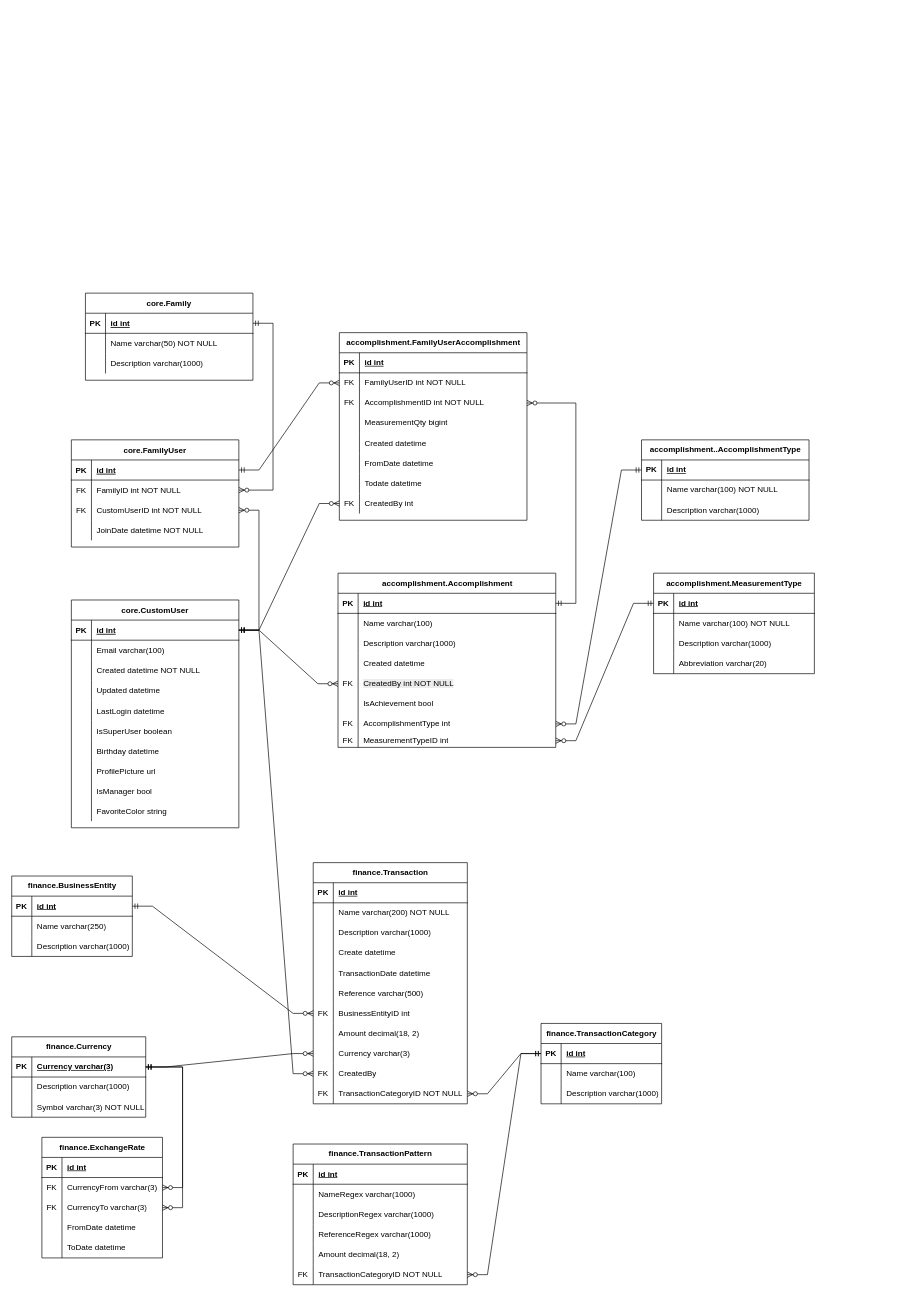
This is documentation/erds/FamilyThingsERD.drawio from WimpieRatte/FamilyThings, a draw.io file, before an edit. Source tidied: cells renumbered, new cells numbered last; positions are measured from the earlier drawing's top-left corner, leaving out a move shared by most shapes. Both pictures are drawn from the tidied source at 67%, with x=0, y=0 at pixel (11, 293).
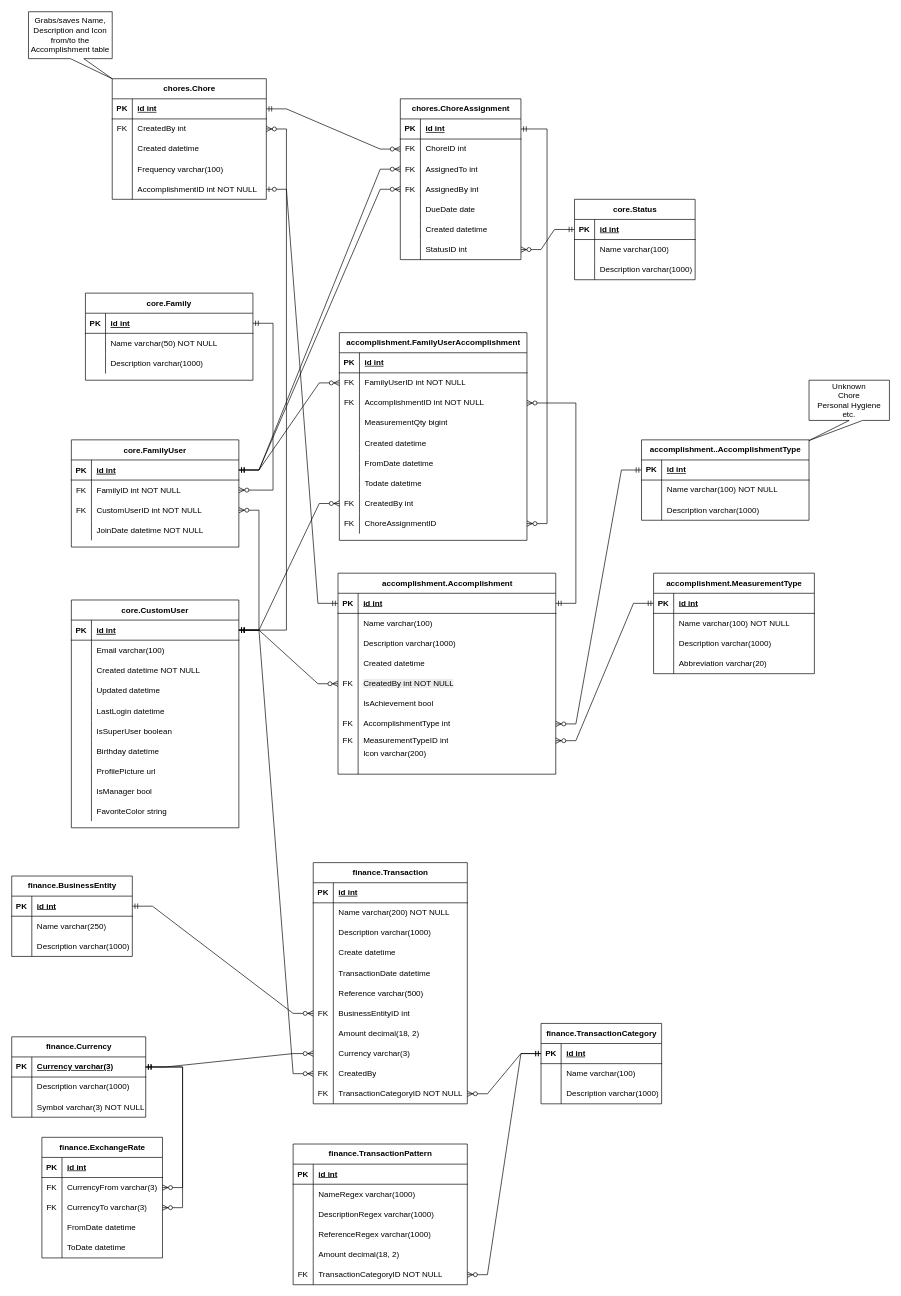
The same diagram, later.

The change refers to these unchanged cells:
```xml
<mxCell id="3" style="shape=partialRectangle;fillColor=none;points=[[0,0.5],[1,0.5]];portConstraint=eastwest;top=0;left=0;right=0;bottom=1;" parent="2" vertex="1">
  <mxGeometry y="30" width="250" height="30" as="geometry" />
</mxCell>
<mxCell id="16" style="shape=partialRectangle;fillColor=none;points=[[0,0.5],[1,0.5]];portConstraint=eastwest;top=0;left=0;right=0;bottom=1;" parent="15" vertex="1">
  <mxGeometry y="30" width="250" height="30" as="geometry" />
</mxCell>
<mxCell id="72" style="shape=tableRow;horizontal=0;startSize=0;swimlaneHead=0;swimlaneBody=0;fillColor=none;points=[[0,0.5],[1,0.5]];portConstraint=eastwest;top=0;left=0;right=0;bottom=1;" parent="71" vertex="1">
  <mxGeometry y="30" width="325" height="30" as="geometry" />
</mxCell>
```

Change to the diagram source:
```diff
@@
     <mxCell id="46" value="accomplishment.FamilyUserAccomplishment" style="shape=table;startSize=30;childLayout=tableLayout;rowLines=0;fontStyle=1;align=center;html=1;" parent="1" vertex="1">
-      <mxGeometry x="489" y="59" width="280" height="280" as="geometry" />
+      <mxGeometry x="489" y="59" width="280" height="310" as="geometry" />
     </mxCell>
@@
+    <mxCell id="243" style="shape=tableRow;horizontal=0;startSize=0;swimlaneHead=0;swimlaneBody=0;fillColor=none;points=[[0,0.5],[1,0.5]];portConstraint=eastwest;top=0;left=0;right=0;bottom=0;" parent="46" vertex="1">
+      <mxGeometry y="270" width="280" height="30" as="geometry" />
+    </mxCell>
+    <mxCell id="244" value="FK" style="shape=partialRectangle;fillColor=none;top=0;left=0;bottom=0;right=0;overflow=hidden;whiteSpace=wrap;html=1;" parent="243" vertex="1">
+      <mxGeometry width="30" height="30" as="geometry" />
+    </mxCell>
+    <mxCell id="245" value="ChoreAssignmentID" style="shape=partialRectangle;fillColor=none;top=0;left=0;bottom=0;right=0;align=left;spacingLeft=6;overflow=hidden;whiteSpace=wrap;html=1;" parent="243" vertex="1">
+      <mxGeometry x="30" width="250" height="30" as="geometry" />
+    </mxCell>
     <mxCell id="71" value="accomplishment.Accomplishment" style="shape=table;startSize=30;childLayout=tableLayout;rowLines=0;fontStyle=1;align=center;html=1;" parent="1" vertex="1">
-      <mxGeometry x="487" y="418" width="325" height="260" as="geometry" />
+      <mxGeometry x="487" y="418" width="325" height="300" as="geometry" />
     </mxCell>
@@
+    <mxCell id="246" style="shape=tableRow;horizontal=0;startSize=0;swimlaneHead=0;swimlaneBody=0;fillColor=none;top=0;left=0;right=0;bottom=0;" parent="71" vertex="1">
+      <mxGeometry y="260" width="325" height="20" as="geometry" />
+    </mxCell>
+    <mxCell id="247" style="shape=partialRectangle;fillColor=none;top=0;left=0;bottom=0;right=0;overflow=hidden;whiteSpace=wrap;html=1;" parent="246" vertex="1">
+      <mxGeometry width="30" height="20" as="geometry" />
+    </mxCell>
+    <mxCell id="248" value="Icon varchar(200)" style="shape=partialRectangle;fillColor=none;top=0;left=0;bottom=0;right=0;align=left;spacingLeft=6;overflow=hidden;whiteSpace=wrap;html=1;" parent="246" vertex="1">
+      <mxGeometry x="30" width="295" height="20" as="geometry" />
+    </mxCell>
+    <mxCell id="249" style="shape=tableRow;horizontal=0;startSize=0;swimlaneHead=0;swimlaneBody=0;fillColor=none;top=0;left=0;right=0;bottom=0;" parent="71" vertex="1">
+      <mxGeometry y="280" width="325" height="20" as="geometry" />
+    </mxCell>
+    <mxCell id="250" style="shape=partialRectangle;fillColor=none;top=0;left=0;bottom=0;right=0;overflow=hidden;whiteSpace=wrap;html=1;" parent="249" vertex="1">
+      <mxGeometry width="30" height="20" as="geometry" />
+    </mxCell>
+    <mxCell id="251" style="shape=partialRectangle;fillColor=none;top=0;left=0;bottom=0;right=0;align=left;spacingLeft=6;overflow=hidden;whiteSpace=wrap;html=1;" parent="249" vertex="1">
+      <mxGeometry x="30" width="295" height="20" as="geometry" />
+    </mxCell>
@@
+    <mxCell id="252" value="chores.Chore" style="shape=table;startSize=30;childLayout=tableLayout;rowLines=0;fontStyle=1;align=center;html=1;" parent="1" vertex="1">
+      <mxGeometry x="150" y="-320" width="230" height="180" as="geometry" />
+    </mxCell>
+    <mxCell id="253" style="shape=tableRow;horizontal=0;startSize=0;swimlaneHead=0;swimlaneBody=0;fillColor=none;points=[[0,0.5],[1,0.5]];portConstraint=eastwest;top=0;left=0;right=0;bottom=1;" parent="252" vertex="1">
+      <mxGeometry y="30" width="230" height="30" as="geometry" />
+    </mxCell>
+    <mxCell id="254" value="PK" style="shape=partialRectangle;fillColor=none;top=0;left=0;bottom=0;right=0;fontStyle=1;overflow=hidden;whiteSpace=wrap;html=1;" parent="253" vertex="1">
+      <mxGeometry width="30" height="30" as="geometry" />
+    </mxCell>
+    <mxCell id="255" value="id int" style="shape=partialRectangle;fillColor=none;top=0;left=0;bottom=0;right=0;align=left;spacingLeft=6;fontStyle=5;overflow=hidden;whiteSpace=wrap;html=1;" parent="253" vertex="1">
+      <mxGeometry x="30" width="200" height="30" as="geometry" />
+    </mxCell>
+    <mxCell id="256" style="shape=tableRow;horizontal=0;startSize=0;swimlaneHead=0;swimlaneBody=0;fillColor=none;points=[[0,0.5],[1,0.5]];portConstraint=eastwest;top=0;left=0;right=0;bottom=0;" parent="252" vertex="1">
+      <mxGeometry y="60" width="230" height="30" as="geometry" />
+    </mxCell>
+    <mxCell id="257" value="FK" style="shape=partialRectangle;fillColor=none;top=0;left=0;bottom=0;right=0;overflow=hidden;whiteSpace=wrap;html=1;" parent="256" vertex="1">
+      <mxGeometry width="30" height="30" as="geometry" />
+    </mxCell>
+    <mxCell id="258" value="CreatedBy int" style="shape=partialRectangle;fillColor=none;top=0;left=0;bottom=0;right=0;align=left;spacingLeft=6;overflow=hidden;whiteSpace=wrap;html=1;" parent="256" vertex="1">
+      <mxGeometry x="30" width="200" height="30" as="geometry" />
+    </mxCell>
+    <mxCell id="259" style="shape=tableRow;horizontal=0;startSize=0;swimlaneHead=0;swimlaneBody=0;fillColor=none;top=0;left=0;right=0;bottom=0;" parent="252" vertex="1">
+      <mxGeometry y="90" width="230" height="30" as="geometry" />
+    </mxCell>
+    <mxCell id="260" style="shape=partialRectangle;fillColor=none;top=0;left=0;bottom=0;right=0;overflow=hidden;whiteSpace=wrap;html=1;" parent="259" vertex="1">
+      <mxGeometry width="30" height="30" as="geometry" />
+    </mxCell>
+    <mxCell id="261" value="Created datetime" style="shape=partialRectangle;fillColor=none;top=0;left=0;bottom=0;right=0;align=left;spacingLeft=6;overflow=hidden;whiteSpace=wrap;html=1;" parent="259" vertex="1">
+      <mxGeometry x="30" width="200" height="30" as="geometry" />
+    </mxCell>
+    <mxCell id="262" style="shape=tableRow;horizontal=0;startSize=0;swimlaneHead=0;swimlaneBody=0;fillColor=none;top=0;left=0;right=0;bottom=0;" parent="252" vertex="1">
+      <mxGeometry y="120" width="230" height="30" as="geometry" />
+    </mxCell>
+    <mxCell id="263" style="shape=partialRectangle;fillColor=none;top=0;left=0;bottom=0;right=0;overflow=hidden;whiteSpace=wrap;html=1;" parent="262" vertex="1">
+      <mxGeometry width="30" height="30" as="geometry" />
+    </mxCell>
+    <mxCell id="264" value="Frequency varchar(100)" style="shape=partialRectangle;fillColor=none;top=0;left=0;bottom=0;right=0;align=left;spacingLeft=6;overflow=hidden;whiteSpace=wrap;html=1;" parent="262" vertex="1">
+      <mxGeometry x="30" width="200" height="30" as="geometry" />
+    </mxCell>
+    <mxCell id="265" style="shape=tableRow;horizontal=0;startSize=0;swimlaneHead=0;swimlaneBody=0;fillColor=none;points=[[0,0.5],[1,0.5]];portConstraint=eastwest;top=0;left=0;right=0;bottom=0;" parent="252" vertex="1">
+      <mxGeometry y="150" width="230" height="30" as="geometry" />
+    </mxCell>
+    <mxCell id="266" style="shape=partialRectangle;fillColor=none;top=0;left=0;bottom=0;right=0;overflow=hidden;whiteSpace=wrap;html=1;" parent="265" vertex="1">
+      <mxGeometry width="30" height="30" as="geometry" />
+    </mxCell>
+    <mxCell id="267" value="AccomplishmentID int NOT NULL" style="shape=partialRectangle;fillColor=none;top=0;left=0;bottom=0;right=0;align=left;spacingLeft=6;overflow=hidden;whiteSpace=wrap;html=1;" parent="265" vertex="1">
+      <mxGeometry x="30" width="200" height="30" as="geometry" />
+    </mxCell>
+    <mxCell id="268" style="edgeStyle=entityRelationEdgeStyle;fontSize=12;html=1;endArrow=ERzeroToMany;startArrow=ERmandOne;rounded=0;" parent="1" edge="1" source="16" target="256">
+      <mxGeometry relative="1" as="geometry" />
+    </mxCell>
+    <mxCell id="269" value="chores.ChoreAssignment" style="shape=table;startSize=30;childLayout=tableLayout;rowLines=0;fontStyle=1;align=center;html=1;" parent="1" vertex="1">
+      <mxGeometry x="580" y="-290" width="180" height="240" as="geometry" />
+    </mxCell>
+    <mxCell id="270" style="shape=tableRow;horizontal=0;startSize=0;swimlaneHead=0;swimlaneBody=0;fillColor=none;points=[[0,0.5],[1,0.5]];portConstraint=eastwest;top=0;left=0;right=0;bottom=1;" parent="269" vertex="1">
+      <mxGeometry y="30" width="180" height="30" as="geometry" />
+    </mxCell>
+    <mxCell id="271" value="PK" style="shape=partialRectangle;fillColor=none;top=0;left=0;bottom=0;right=0;fontStyle=1;overflow=hidden;whiteSpace=wrap;html=1;" parent="270" vertex="1">
+      <mxGeometry width="30" height="30" as="geometry" />
+    </mxCell>
+    <mxCell id="272" value="id int" style="shape=partialRectangle;fillColor=none;top=0;left=0;bottom=0;right=0;align=left;spacingLeft=6;fontStyle=5;overflow=hidden;whiteSpace=wrap;html=1;" parent="270" vertex="1">
+      <mxGeometry x="30" width="150" height="30" as="geometry" />
+    </mxCell>
+    <mxCell id="273" style="shape=tableRow;horizontal=0;startSize=0;swimlaneHead=0;swimlaneBody=0;fillColor=none;points=[[0,0.5],[1,0.5]];portConstraint=eastwest;top=0;left=0;right=0;bottom=0;" parent="269" vertex="1">
+      <mxGeometry y="60" width="180" height="30" as="geometry" />
+    </mxCell>
+    <mxCell id="274" value="FK" style="shape=partialRectangle;fillColor=none;top=0;left=0;bottom=0;right=0;overflow=hidden;whiteSpace=wrap;html=1;" parent="273" vertex="1">
+      <mxGeometry width="30" height="30" as="geometry" />
+    </mxCell>
+    <mxCell id="275" value="ChoreID int" style="shape=partialRectangle;fillColor=none;top=0;left=0;bottom=0;right=0;align=left;spacingLeft=6;overflow=hidden;whiteSpace=wrap;html=1;" parent="273" vertex="1">
+      <mxGeometry x="30" width="150" height="30" as="geometry" />
+    </mxCell>
+    <mxCell id="276" style="shape=tableRow;horizontal=0;startSize=0;swimlaneHead=0;swimlaneBody=0;fillColor=none;points=[[0,0.5],[1,0.5]];portConstraint=eastwest;top=0;left=0;right=0;bottom=0;" parent="269" vertex="1">
+      <mxGeometry y="90" width="180" height="30" as="geometry" />
+    </mxCell>
+    <mxCell id="277" value="FK" style="shape=partialRectangle;fillColor=none;top=0;left=0;bottom=0;right=0;overflow=hidden;whiteSpace=wrap;html=1;" parent="276" vertex="1">
+      <mxGeometry width="30" height="30" as="geometry" />
+    </mxCell>
+    <mxCell id="278" value="AssignedTo int" style="shape=partialRectangle;fillColor=none;top=0;left=0;bottom=0;right=0;align=left;spacingLeft=6;overflow=hidden;whiteSpace=wrap;html=1;" parent="276" vertex="1">
+      <mxGeometry x="30" width="150" height="30" as="geometry" />
+    </mxCell>
+    <mxCell id="279" style="shape=tableRow;horizontal=0;startSize=0;swimlaneHead=0;swimlaneBody=0;fillColor=none;points=[[0,0.5],[1,0.5]];portConstraint=eastwest;top=0;left=0;right=0;bottom=0;" parent="269" vertex="1">
+      <mxGeometry y="120" width="180" height="30" as="geometry" />
+    </mxCell>
+    <mxCell id="280" value="FK" style="shape=partialRectangle;fillColor=none;top=0;left=0;bottom=0;right=0;overflow=hidden;whiteSpace=wrap;html=1;" parent="279" vertex="1">
+      <mxGeometry width="30" height="30" as="geometry" />
+    </mxCell>
+    <mxCell id="281" value="AssignedBy int" style="shape=partialRectangle;fillColor=none;top=0;left=0;bottom=0;right=0;align=left;spacingLeft=6;overflow=hidden;whiteSpace=wrap;html=1;" parent="279" vertex="1">
+      <mxGeometry x="30" width="150" height="30" as="geometry" />
+    </mxCell>
+    <mxCell id="282" style="shape=tableRow;horizontal=0;startSize=0;swimlaneHead=0;swimlaneBody=0;fillColor=none;top=0;left=0;right=0;bottom=0;" parent="269" vertex="1">
+      <mxGeometry y="150" width="180" height="30" as="geometry" />
+    </mxCell>
+    <mxCell id="283" style="shape=partialRectangle;fillColor=none;top=0;left=0;bottom=0;right=0;overflow=hidden;whiteSpace=wrap;html=1;" parent="282" vertex="1">
+      <mxGeometry width="30" height="30" as="geometry" />
+    </mxCell>
+    <mxCell id="284" value="DueDate date" style="shape=partialRectangle;fillColor=none;top=0;left=0;bottom=0;right=0;align=left;spacingLeft=6;overflow=hidden;whiteSpace=wrap;html=1;" parent="282" vertex="1">
+      <mxGeometry x="30" width="150" height="30" as="geometry" />
+    </mxCell>
+    <mxCell id="285" style="shape=tableRow;horizontal=0;startSize=0;swimlaneHead=0;swimlaneBody=0;fillColor=none;top=0;left=0;right=0;bottom=0;" parent="269" vertex="1">
+      <mxGeometry y="180" width="180" height="30" as="geometry" />
+    </mxCell>
+    <mxCell id="286" style="shape=partialRectangle;fillColor=none;top=0;left=0;bottom=0;right=0;overflow=hidden;whiteSpace=wrap;html=1;" parent="285" vertex="1">
+      <mxGeometry width="30" height="30" as="geometry" />
+    </mxCell>
+    <mxCell id="287" value="Created datetime" style="shape=partialRectangle;fillColor=none;top=0;left=0;bottom=0;right=0;align=left;spacingLeft=6;overflow=hidden;whiteSpace=wrap;html=1;" parent="285" vertex="1">
+      <mxGeometry x="30" width="150" height="30" as="geometry" />
+    </mxCell>
+    <mxCell id="288" style="shape=tableRow;horizontal=0;startSize=0;swimlaneHead=0;swimlaneBody=0;fillColor=none;points=[[0,0.5],[1,0.5]];portConstraint=eastwest;top=0;left=0;right=0;bottom=0;" parent="269" vertex="1">
+      <mxGeometry y="210" width="180" height="30" as="geometry" />
+    </mxCell>
+    <mxCell id="289" style="shape=partialRectangle;fillColor=none;top=0;left=0;bottom=0;right=0;overflow=hidden;whiteSpace=wrap;html=1;" parent="288" vertex="1">
+      <mxGeometry width="30" height="30" as="geometry" />
+    </mxCell>
+    <mxCell id="290" value="StatusID int" style="shape=partialRectangle;fillColor=none;top=0;left=0;bottom=0;right=0;align=left;spacingLeft=6;overflow=hidden;whiteSpace=wrap;html=1;" parent="288" vertex="1">
+      <mxGeometry x="30" width="150" height="30" as="geometry" />
+    </mxCell>
+    <mxCell id="291" style="edgeStyle=entityRelationEdgeStyle;fontSize=12;html=1;endArrow=ERzeroToMany;startArrow=ERmandOne;rounded=0;" parent="1" edge="1" source="3" target="276">
+      <mxGeometry relative="1" as="geometry" />
+    </mxCell>
+    <mxCell id="292" style="edgeStyle=entityRelationEdgeStyle;fontSize=12;html=1;endArrow=ERzeroToMany;startArrow=ERmandOne;rounded=0;" parent="1" edge="1" source="3" target="279">
+      <mxGeometry relative="1" as="geometry" />
+    </mxCell>
+    <mxCell id="293" style="edgeStyle=entityRelationEdgeStyle;fontSize=12;html=1;endArrow=ERzeroToMany;startArrow=ERmandOne;rounded=0;" parent="1" edge="1" source="253" target="273">
+      <mxGeometry relative="1" as="geometry" />
+    </mxCell>
+    <mxCell id="294" value="core.Status" style="shape=table;startSize=30;childLayout=tableLayout;rowLines=0;fontStyle=1;align=center;html=1;" parent="1" vertex="1">
+      <mxGeometry x="840" y="-140" width="180" height="120" as="geometry" />
+    </mxCell>
+    <mxCell id="295" style="shape=tableRow;horizontal=0;startSize=0;swimlaneHead=0;swimlaneBody=0;fillColor=none;points=[[0,0.5],[1,0.5]];portConstraint=eastwest;top=0;left=0;right=0;bottom=1;" parent="294" vertex="1">
+      <mxGeometry y="30" width="180" height="30" as="geometry" />
+    </mxCell>
+    <mxCell id="296" value="PK" style="shape=partialRectangle;fillColor=none;top=0;left=0;bottom=0;right=0;fontStyle=1;overflow=hidden;whiteSpace=wrap;html=1;" parent="295" vertex="1">
+      <mxGeometry width="30" height="30" as="geometry" />
+    </mxCell>
+    <mxCell id="297" value="id int" style="shape=partialRectangle;fillColor=none;top=0;left=0;bottom=0;right=0;align=left;spacingLeft=6;fontStyle=5;overflow=hidden;whiteSpace=wrap;html=1;" parent="295" vertex="1">
+      <mxGeometry x="30" width="150" height="30" as="geometry" />
+    </mxCell>
+    <mxCell id="298" style="shape=tableRow;horizontal=0;startSize=0;swimlaneHead=0;swimlaneBody=0;fillColor=none;top=0;left=0;right=0;bottom=0;" parent="294" vertex="1">
+      <mxGeometry y="60" width="180" height="30" as="geometry" />
+    </mxCell>
+    <mxCell id="299" style="shape=partialRectangle;fillColor=none;top=0;left=0;bottom=0;right=0;overflow=hidden;whiteSpace=wrap;html=1;" parent="298" vertex="1">
+      <mxGeometry width="30" height="30" as="geometry" />
+    </mxCell>
+    <mxCell id="300" value="Name varchar(100)" style="shape=partialRectangle;fillColor=none;top=0;left=0;bottom=0;right=0;align=left;spacingLeft=6;overflow=hidden;whiteSpace=wrap;html=1;" parent="298" vertex="1">
+      <mxGeometry x="30" width="150" height="30" as="geometry" />
+    </mxCell>
+    <mxCell id="301" style="shape=tableRow;horizontal=0;startSize=0;swimlaneHead=0;swimlaneBody=0;fillColor=none;top=0;left=0;right=0;bottom=0;" parent="294" vertex="1">
+      <mxGeometry y="90" width="180" height="30" as="geometry" />
+    </mxCell>
+    <mxCell id="302" style="shape=partialRectangle;fillColor=none;top=0;left=0;bottom=0;right=0;overflow=hidden;whiteSpace=wrap;html=1;" parent="301" vertex="1">
+      <mxGeometry width="30" height="30" as="geometry" />
+    </mxCell>
+    <mxCell id="303" value="Description varchar(1000)" style="shape=partialRectangle;fillColor=none;top=0;left=0;bottom=0;right=0;align=left;spacingLeft=6;overflow=hidden;whiteSpace=wrap;html=1;" parent="301" vertex="1">
+      <mxGeometry x="30" width="150" height="30" as="geometry" />
+    </mxCell>
+    <mxCell id="304" style="edgeStyle=entityRelationEdgeStyle;fontSize=12;html=1;endArrow=ERzeroToMany;startArrow=ERmandOne;rounded=0;" parent="1" edge="1" source="295" target="288">
+      <mxGeometry relative="1" as="geometry" />
+    </mxCell>
+    <mxCell id="305" style="edgeStyle=entityRelationEdgeStyle;fontSize=12;html=1;endArrow=ERzeroToMany;startArrow=ERmandOne;rounded=0;" parent="1" edge="1" source="270" target="243">
+      <mxGeometry relative="1" as="geometry" />
+    </mxCell>
+    <mxCell id="306" value="Unknown&lt;br&gt;Chore&lt;br&gt;Personal Hygiene&lt;br&gt;etc." style="shape=callout;whiteSpace=wrap;html=1;perimeter=calloutPerimeter;position2=0;" parent="1" vertex="1">
+      <mxGeometry x="1190" y="130" width="120" height="90" as="geometry" />
+    </mxCell>
+    <mxCell id="307" value="Grabs/saves Name, Description and Icon from/to the Accomplishment table" style="shape=callout;whiteSpace=wrap;html=1;perimeter=calloutPerimeter;position2=1;" parent="1" vertex="1">
+      <mxGeometry x="25" y="-420" width="125" height="100" as="geometry" />
+    </mxCell>
+    <mxCell id="308" style="edgeStyle=entityRelationEdgeStyle;fontSize=12;html=1;endArrow=ERzeroToOne;startArrow=ERmandOne;rounded=0;" parent="1" edge="1" source="72" target="265">
+      <mxGeometry relative="1" as="geometry" />
+    </mxCell>
```
